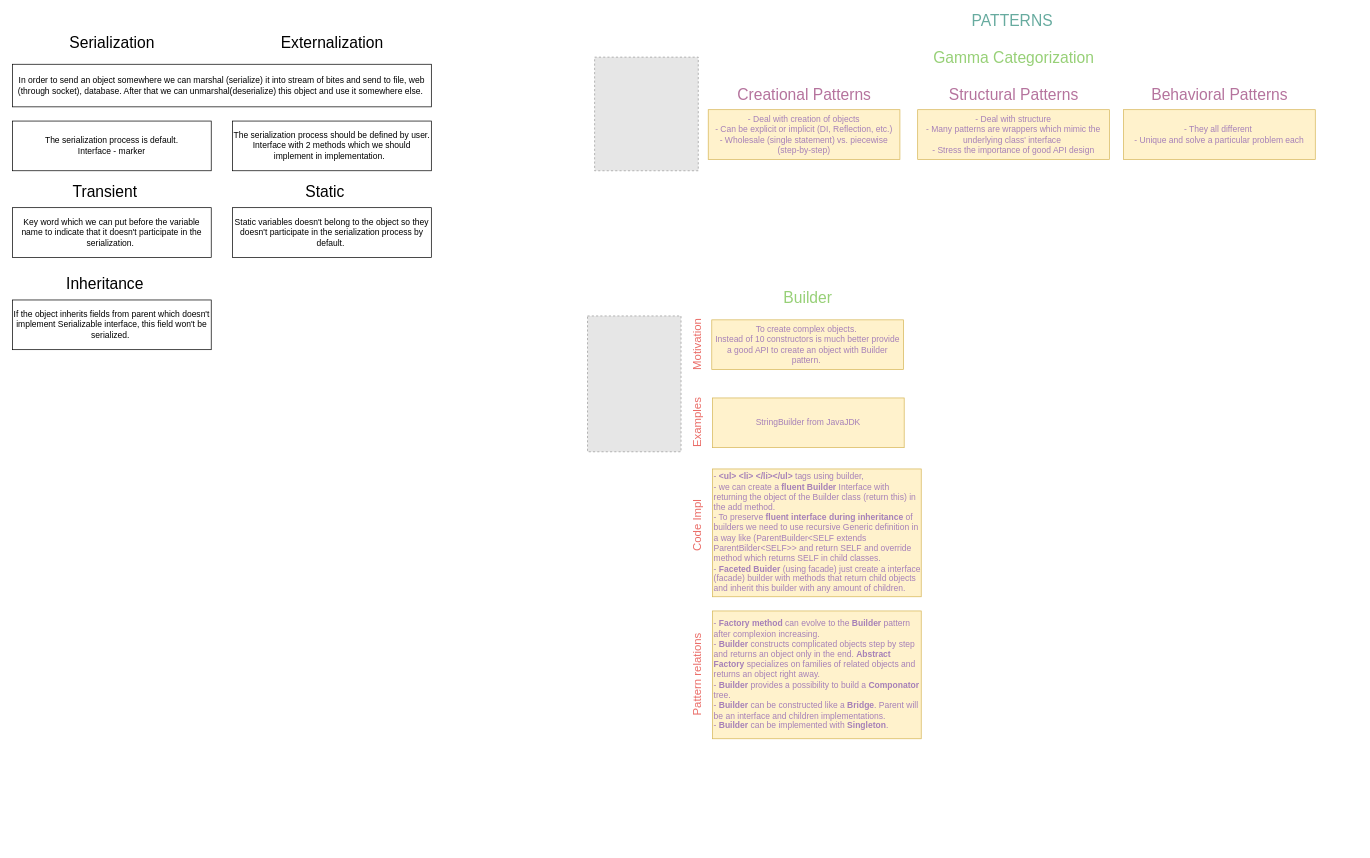
FedosovMax/diagrams keeps this draw.io diagram as ProgrammingConspectus.drawio. Above is the earlier version. Source tidied: cells renumbered, new cells numbered last; positions are measured from the earlier drawing's top-left corner, leaving out a move shared by most shapes. Both pictures are drawn from the tidied source at 71%, with x=0, y=0 at pixel (12, 14). Pictures stored in the file or linked from it are replaced by grey dashed boxes.
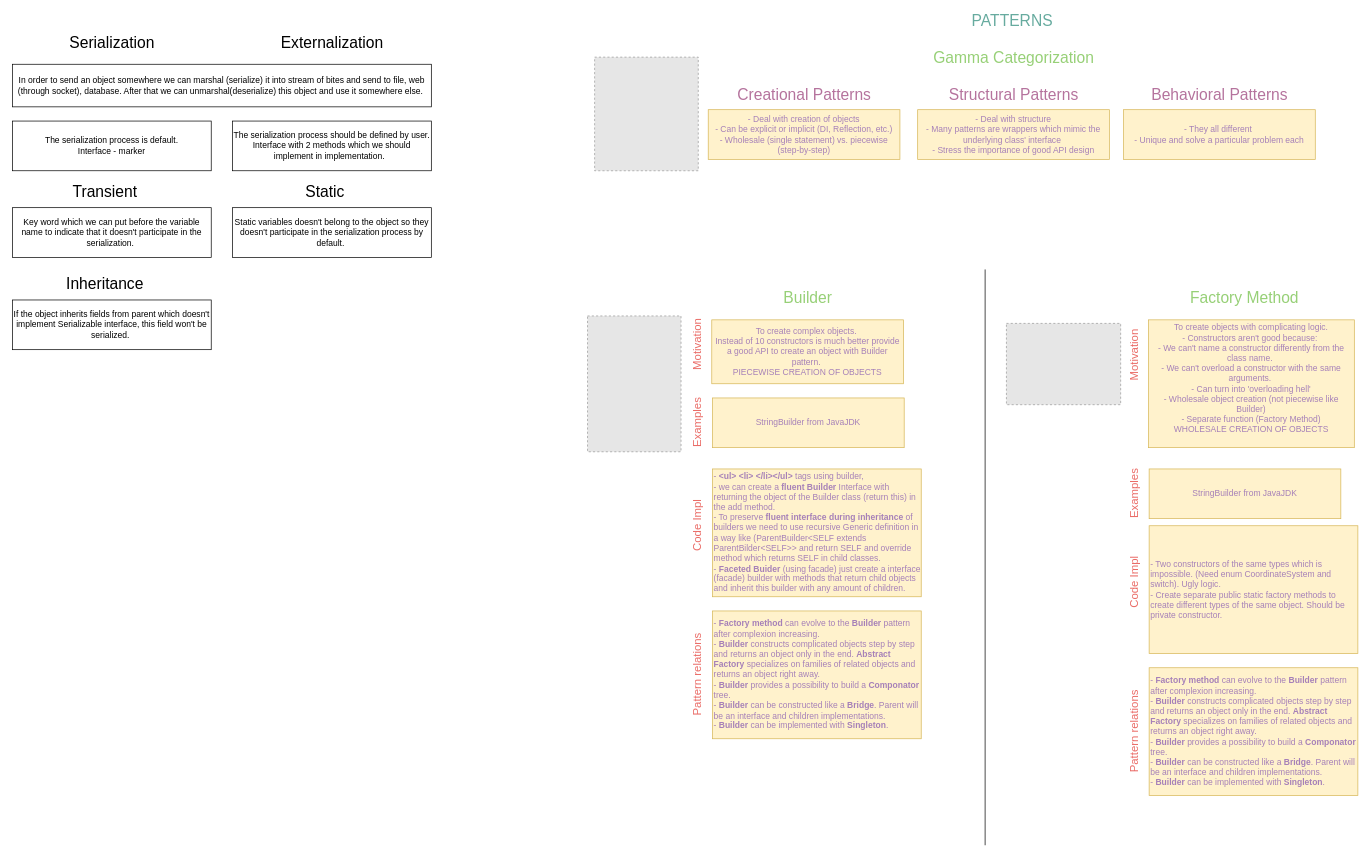
Above is the later version.

Diff of the diagram source:
```diff
@@
-    <mxCell id="22" value="To create complex objects.&amp;nbsp;&lt;br&gt;Instead of 10 constructors is much better provide a good API to create an object with Builder pattern.&amp;nbsp;" style="rounded=0;whiteSpace=wrap;html=1;fillColor=#fff2cc;strokeColor=#d6b656;labelBackgroundColor=none;fontColor=#A680B8;" parent="1" vertex="1">
-      <mxGeometry x="985" y="430" width="270" height="70" as="geometry" />
+    <mxCell id="22" value="To create complex objects.&amp;nbsp;&lt;br&gt;Instead of 10 constructors is much better provide a good API to create an object with Builder pattern.&amp;nbsp;&lt;br&gt;PIECEWISE CREATION OF OBJECTS" style="rounded=0;whiteSpace=wrap;html=1;fillColor=#fff2cc;strokeColor=#d6b656;labelBackgroundColor=none;fontColor=#A680B8;" parent="1" vertex="1">
+      <mxGeometry x="985" y="430" width="270" height="90" as="geometry" />
     </mxCell>
@@
+    <mxCell id="32" value="&lt;span style=&quot;font-size: 22px&quot;&gt;Factory Method&lt;/span&gt;" style="text;html=1;align=center;verticalAlign=middle;fontColor=#97D077;" parent="1" vertex="1">
+      <mxGeometry x="1650" y="390" width="170" height="20" as="geometry" />
+    </mxCell>
+    <mxCell id="33" value="To create objects with complicating logic.&lt;br&gt;- Constructors aren't good because:&amp;nbsp;&lt;br&gt;- We can't name a constructor differently from the class name.&amp;nbsp;&lt;br&gt;- We can't overload a constructor with the same arguments.&amp;nbsp;&lt;br&gt;- Can turn into 'overloading hell'&lt;br&gt;- Wholesale object creation (not piecewise like Builder)&lt;br&gt;- Separate function (Factory Method)&lt;br&gt;WHOLESALE CREATION OF OBJECTS&lt;br&gt;&amp;nbsp;" style="rounded=0;whiteSpace=wrap;html=1;fillColor=#fff2cc;strokeColor=#d6b656;labelBackgroundColor=none;fontColor=#A680B8;" parent="1" vertex="1">
+      <mxGeometry x="1600" y="430" width="290" height="180" as="geometry" />
+    </mxCell>
+    <mxCell id="34" value="&lt;font color=&quot;#ea6b66&quot; style=&quot;font-size: 16px&quot;&gt;Motivation&lt;/font&gt;" style="text;html=1;align=center;verticalAlign=middle;fontColor=#97D077;rotation=-90;" parent="1" vertex="1">
+      <mxGeometry x="1535" y="470" width="90" height="20" as="geometry" />
+    </mxCell>
+    <mxCell id="35" value="StringBuilder from JavaJDK" style="rounded=0;whiteSpace=wrap;html=1;fillColor=#fff2cc;strokeColor=#d6b656;labelBackgroundColor=none;fontColor=#A680B8;" parent="1" vertex="1">
+      <mxGeometry x="1601" y="640" width="270" height="70" as="geometry" />
+    </mxCell>
+    <mxCell id="36" value="&lt;font color=&quot;#ea6b66&quot; style=&quot;font-size: 16px&quot;&gt;Examples&lt;/font&gt;" style="text;html=1;align=center;verticalAlign=middle;fontColor=#97D077;rotation=-90;" parent="1" vertex="1">
+      <mxGeometry x="1535" y="665" width="90" height="20" as="geometry" />
+    </mxCell>
+    <mxCell id="37" value="- Two constructors of the same types which is impossible. (Need enum CoordinateSystem and switch). Ugly logic.&amp;nbsp;&lt;br&gt;- Create separate public static factory methods to create different types of the same object. Should be private constructor.&amp;nbsp;" style="rounded=0;whiteSpace=wrap;html=1;fillColor=#fff2cc;strokeColor=#d6b656;labelBackgroundColor=none;fontColor=#A680B8;align=left;" parent="1" vertex="1">
+      <mxGeometry x="1601" y="720" width="294" height="180" as="geometry" />
+    </mxCell>
+    <mxCell id="38" value="&lt;font color=&quot;#ea6b66&quot; style=&quot;font-size: 16px&quot;&gt;Code Impl&lt;br&gt;&lt;/font&gt;" style="text;html=1;align=center;verticalAlign=middle;fontColor=#97D077;rotation=-90;" parent="1" vertex="1">
+      <mxGeometry x="1535" y="790" width="90" height="20" as="geometry" />
+    </mxCell>
+    <mxCell id="39" value="- &lt;b&gt;Factory method&lt;/b&gt; can evolve to the &lt;b&gt;Builder&lt;/b&gt; pattern after complexion increasing.&amp;nbsp;&lt;br&gt;- &lt;b&gt;Builder&lt;/b&gt; constructs complicated objects step by step and returns an object only in the end. &lt;b&gt;Abstract Factory&lt;/b&gt; specializes on families of related objects and returns an object right away.&amp;nbsp;&lt;br&gt;- &lt;b&gt;Builder&lt;/b&gt; provides a possibility to build a &lt;b&gt;Componator&lt;/b&gt; tree.&amp;nbsp;&lt;br&gt;- &lt;b&gt;Builder&lt;/b&gt; can be constructed like a &lt;b&gt;Bridge&lt;/b&gt;. Parent will be an interface and children implementations.&lt;br&gt;- &lt;b&gt;Builder&lt;/b&gt; can be implemented with &lt;b&gt;Singleton&lt;/b&gt;.&amp;nbsp;" style="rounded=0;whiteSpace=wrap;html=1;fillColor=#fff2cc;strokeColor=#d6b656;labelBackgroundColor=none;fontColor=#A680B8;align=left;" parent="1" vertex="1">
+      <mxGeometry x="1601" y="920" width="294" height="180" as="geometry" />
+    </mxCell>
+    <mxCell id="40" value="&lt;font color=&quot;#ea6b66&quot; style=&quot;font-size: 16px&quot;&gt;Pattern relations&lt;br&gt;&lt;/font&gt;" style="text;html=1;align=center;verticalAlign=middle;fontColor=#97D077;rotation=-90;" parent="1" vertex="1">
+      <mxGeometry x="1515" y="1000" width="130" height="20" as="geometry" />
+    </mxCell>
+    <mxCell id="41" style="fillColor=#E6E6E6;strokeColor=#999999;dashed=1;verticalLabelPosition=bottom;labelBackgroundColor=#ffffff;verticalAlign=top;" parent="1" vertex="1">
+      <mxGeometry x="1400" y="435" width="160.9" height="114.5" as="geometry" />
+    </mxCell>
+    <mxCell id="42" style="endArrow=none;html=1;" parent="1" edge="1">
+      <mxGeometry relative="1" as="geometry">
+        <mxPoint x="1370" y="1170" as="sourcePoint" />
+        <mxPoint x="1370" y="359" as="targetPoint" />
+      </mxGeometry>
+    </mxCell>
```
